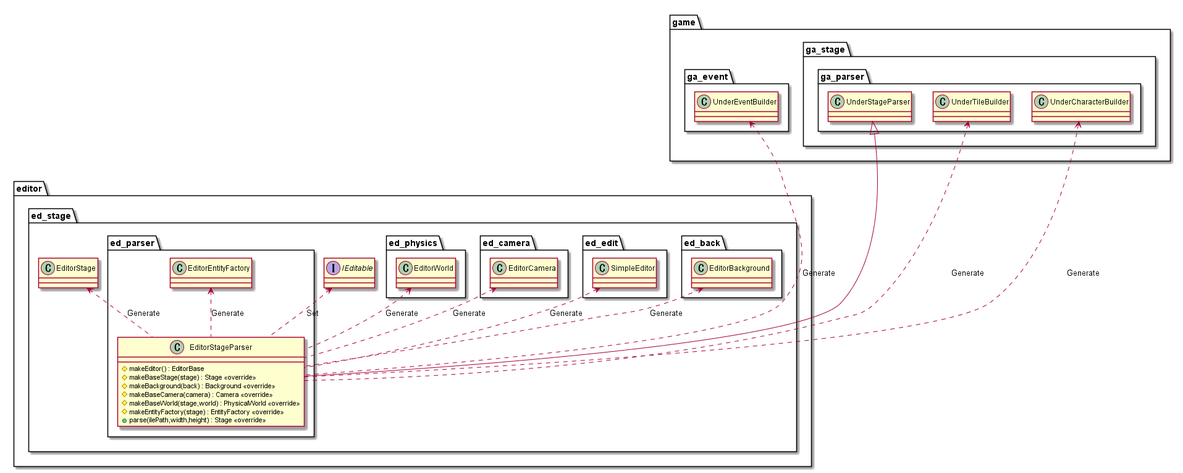
Expine/Under keeps this PlantUML diagram as out/uml/editor/Parser/EditorParser.png. Above is the earlier version.
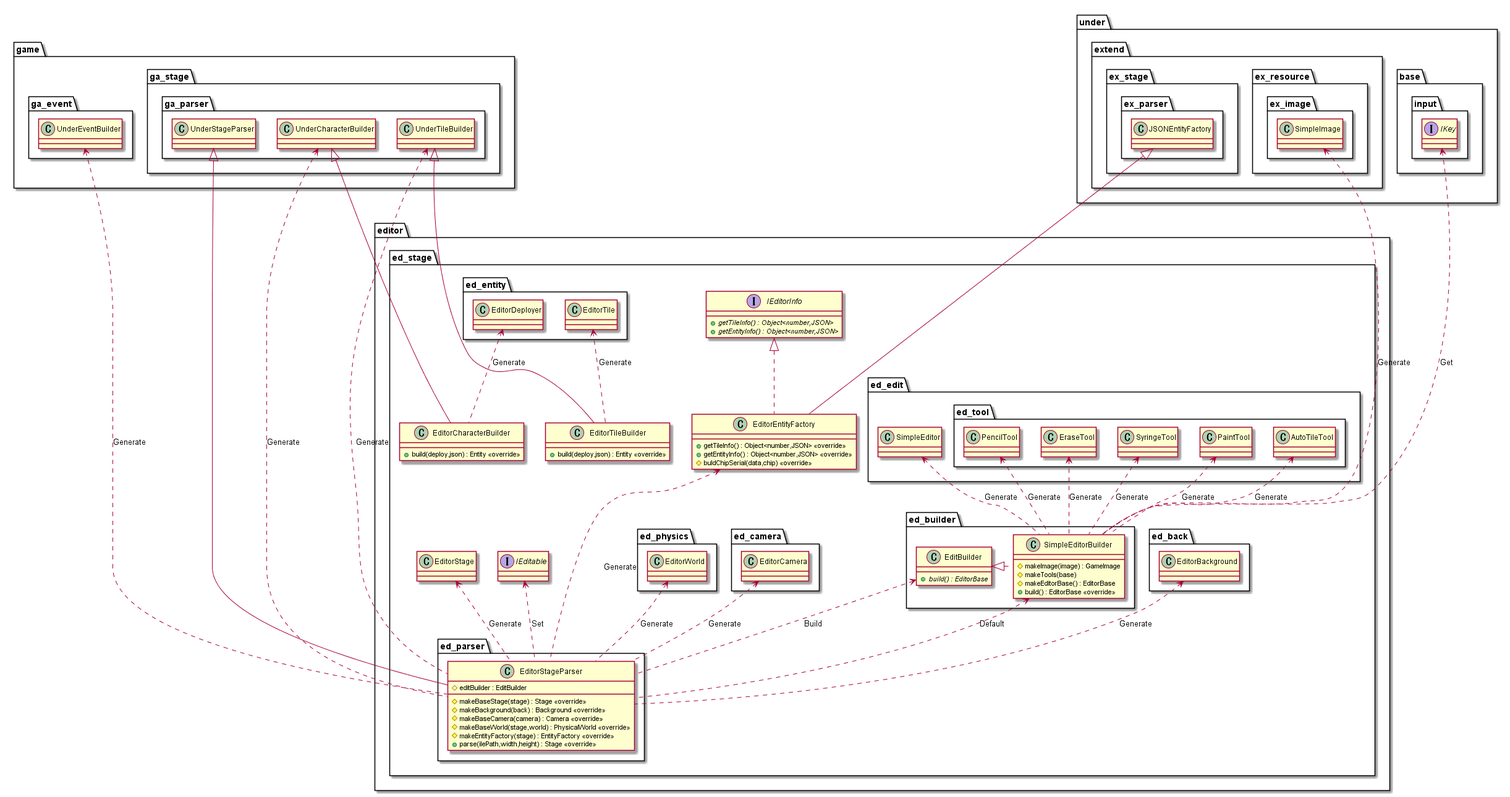
The same file after the commit.

Diff of the diagram source:
```diff
@@ -2,15 +2,61 @@
 
 package editor {
     package ed_stage {
+        package ed_builder {
+            class EditBuilder {
+                {abstract} +build() : EditorBase
+            }
+            class SimpleEditorBuilder {
+                #makeImage(image) : GameImage
+                #makeTools(base)
+                #makeEditorBase() : EditorBase
+                +build() : EditorBase <<override>>
+            }
+        }
         package ed_parser {
             class EditorStageParser {
-                #makeEditor() : EditorBase
+                #editBuilder : EditBuilder
                 #makeBaseStage(stage) : Stage <<override>>
                 #makeBackground(back) : Background <<override>>
                 #makeBaseCamera(camera) : Camera <<override>>
                 #makeBaseWorld(stage,world) : PhysicalWorld <<override>>
                 #makeEntityFactory(stage) : EntityFactory <<override>>
                 +parse(ilePath,width,height) : Stage <<override>>
+            }
+        }
+        class EditorTileBuilder {
+            +build(deploy,json) : Entity <<override>>
+        }
+        class EditorCharacterBuilder {
+            +build(deploy,json) : Entity <<override>>
+        }
+        class EditorEntityFactory {
+            +getTileInfo() : Object<number,JSON> <<override>>
+            +getEntityInfo() : Object<number,JSON> <<override>>
+            #buldChipSerial(data,chip) <<override>>
+        }
+        interface IEditorInfo {
+            {abstract} +getTileInfo() : Object<number,JSON>
+            {abstract} +getEntityInfo() : Object<number,JSON>
+        }
+    }
+}
+
+package under {
+    package base {
+        package input {
+            interface IKey
+        }
+    }
+    package extend {
+        package ex_resource {
+            package ex_image {
+                class SimpleImage
+            }
+        }
+        package ex_stage {
+            package ex_parser {
+                class JSONEntityFactory
             }
         }
     }
@@ -37,6 +83,17 @@
         }
         package ed_edit {
             class SimpleEditor
+            package ed_tool {
+                class PencilTool
+                class EraseTool
+                class SyringeTool
+                class PaintTool
+                class AutoTileTool
+            }
+        }
+        package ed_entity {
+            class EditorTile
+            class EditorDeployer
         }
         package ed_camera {
             class EditorCamera
@@ -44,23 +101,38 @@
         package ed_physics {
             class EditorWorld
         }
-        package ed_parser {
-            class EditorEntityFactory
-        }
     }
 }
 
-SimpleEditor <.. EditorStageParser : Generate
+SimpleEditorBuilder <.. EditorStageParser : Default
 EditorStage <.. EditorStageParser : Generate
 EditorBackground <.. EditorStageParser : Generate
 EditorCamera <.. EditorStageParser : Generate
 EditorWorld <.. EditorStageParser : Generate
-EditorEntityFactory <.. EditorStageParser : Generate
-UnderTileBuilder <... EditorStageParser : Generate
-UnderCharacterBuilder <... EditorStageParser : Generate
-UnderEventBuilder <... EditorStageParser : Generate
+EditorEntityFactory <... EditorStageParser : Generate
+UnderTileBuilder <..... EditorStageParser : Generate
+UnderCharacterBuilder <..... EditorStageParser : Generate
+UnderEventBuilder <..... EditorStageParser : Generate
 IEditable <.. EditorStageParser : Set
+EditBuilder <.. EditorStageParser : Build
+
+EditorTile <.. EditorTileBuilder : Generate
+EditorDeployer <.. EditorCharacterBuilder : Generate
+
+SimpleImage <... SimpleEditorBuilder : Generate
+SimpleEditor <.. SimpleEditorBuilder : Generate
+PencilTool <.. SimpleEditorBuilder : Generate
+EraseTool <.. SimpleEditorBuilder : Generate
+SyringeTool <.. SimpleEditorBuilder : Generate
+PaintTool <.. SimpleEditorBuilder : Generate
+AutoTileTool <.. SimpleEditorBuilder : Generate
+IKey <... SimpleEditorBuilder : Get
 
 UnderStageParser <|--- EditorStageParser
+EditBuilder <|. SimpleEditorBuilder
+UnderTileBuilder <|-- EditorTileBuilder
+UnderCharacterBuilder <|-- EditorCharacterBuilder
+JSONEntityFactory <|--- EditorEntityFactory
+IEditorInfo <|.. EditorEntityFactory
 
 @enduml
```
